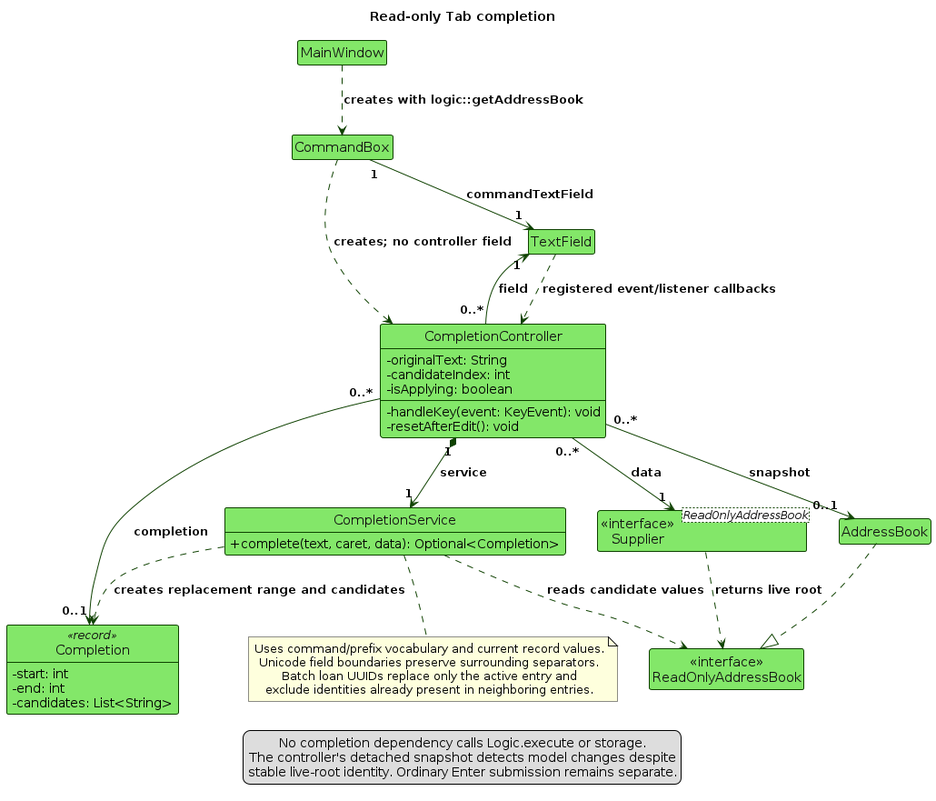
The PlantUML diagram diagrams/AutocompleteClass.png in AY2627S1-CS2103T-F15-2/tp, before a commit. Its source is kept beside it as diagrams/AutocompleteClass.puml. Its diagram source:
```plantuml
@startuml
!include style.puml
skinparam classBackgroundColor UI_COLOR_T1
skinparam classFontColor #111111
skinparam classStereotypeFontColor #111111
skinparam classBorderColor UI_COLOR_T4
skinparam arrowColor UI_COLOR_T4
skinparam classAttributeIconSize 0
show members
hide empty members
title Read-only Tab completion

class MainWindow
class CommandBox
class TextField
class CompletionController {
  -originalText: String
  -candidateIndex: int
  -isApplying: boolean
  -handleKey(event: KeyEvent): void
  -resetAfterEdit(): void
}
class CompletionService {
  +complete(text, caret, data): Optional<Completion>
}
class Completion <<record>> {
  -start: int
  -end: int
  -candidates: List<String>
}
class "<<interface>>\nSupplier<ReadOnlyAddressBook>" as Supplier
class "<<interface>>\nReadOnlyAddressBook" as ReadOnlyAddressBook
class AddressBook

MainWindow ..> CommandBox : creates with logic::getAddressBook
CommandBox "1" --> "1" TextField : commandTextField
CommandBox ..> CompletionController : creates; no controller field
TextField ..> CompletionController : registered event/listener callbacks
CompletionController "0..*" --> "1" TextField : field
CompletionController "0..*" --> "1" Supplier : data
Supplier ..> ReadOnlyAddressBook : returns live root
CompletionController "1" *--> "1" CompletionService : service
CompletionController "0..*" --> "0..1" Completion : completion
CompletionController "0..*" --> "0..1" AddressBook : snapshot
AddressBook ..|> ReadOnlyAddressBook
CompletionService ..> ReadOnlyAddressBook : reads candidate values
CompletionService ..> Completion : creates replacement range and candidates

note bottom of CompletionService
  Uses command/prefix vocabulary and current record values.
  Unicode field boundaries preserve surrounding separators.
  Batch loan UUIDs replace only the active entry and
  exclude identities already present in neighboring entries.
end note
legend bottom
  No completion dependency calls Logic.execute or storage.
  The controller's detached snapshot detects model changes despite
  stable live-root identity. Ordinary Enter submission remains separate.
endlegend
@enduml
```
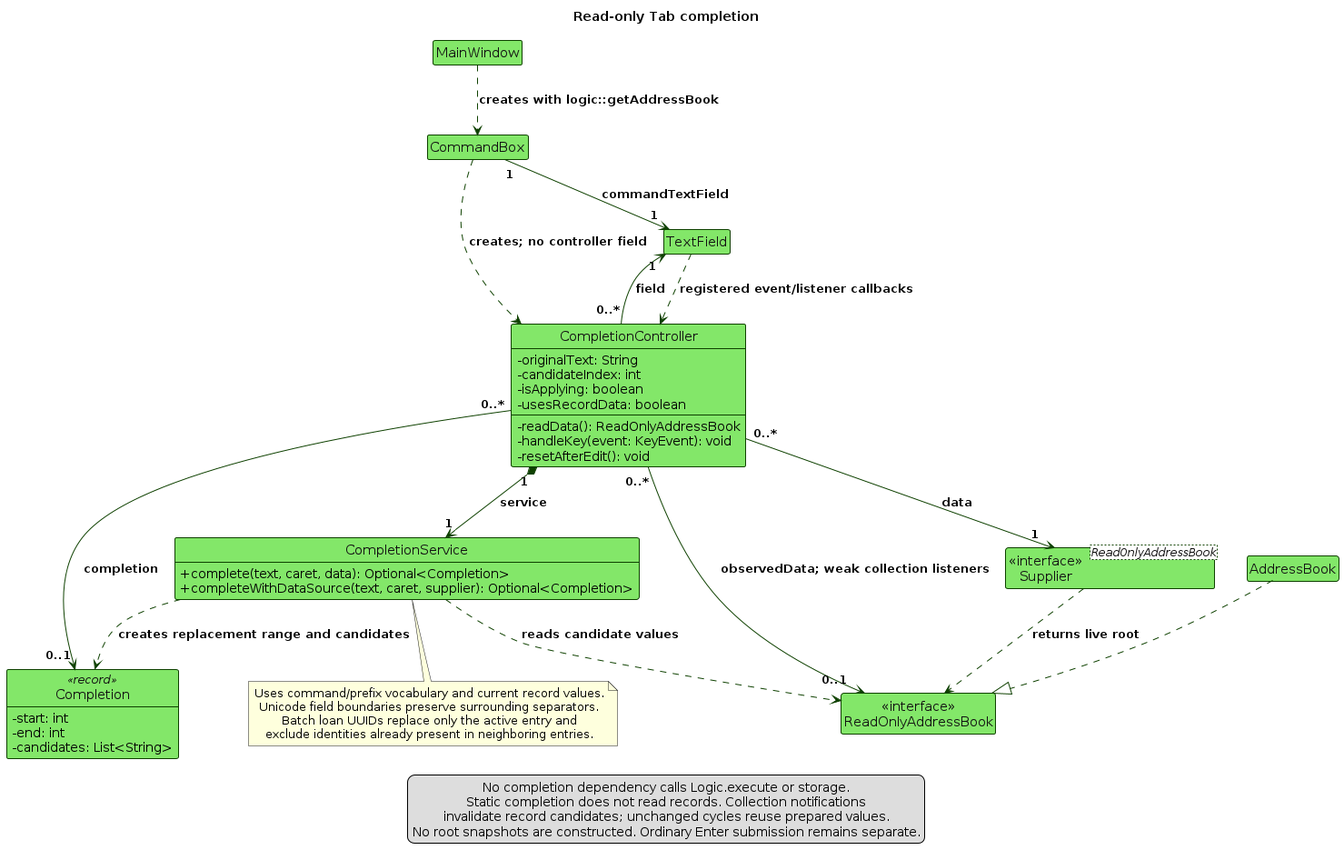
The same file after the commit.

The edit, as a diff of the source:
```diff
@@ -17,11 +17,14 @@
   -originalText: String
   -candidateIndex: int
   -isApplying: boolean
+  -usesRecordData: boolean
+  -readData(): ReadOnlyAddressBook
   -handleKey(event: KeyEvent): void
   -resetAfterEdit(): void
 }
 class CompletionService {
   +complete(text, caret, data): Optional<Completion>
+  +completeWithDataSource(text, caret, supplier): Optional<Completion>
 }
 class Completion <<record>> {
   -start: int
@@ -41,7 +44,7 @@
 Supplier ..> ReadOnlyAddressBook : returns live root
 CompletionController "1" *--> "1" CompletionService : service
 CompletionController "0..*" --> "0..1" Completion : completion
-CompletionController "0..*" --> "0..1" AddressBook : snapshot
+CompletionController "0..*" --> "0..1" ReadOnlyAddressBook : observedData; weak collection listeners
 AddressBook ..|> ReadOnlyAddressBook
 CompletionService ..> ReadOnlyAddressBook : reads candidate values
 CompletionService ..> Completion : creates replacement range and candidates
@@ -54,7 +57,8 @@
 end note
 legend bottom
   No completion dependency calls Logic.execute or storage.
-  The controller's detached snapshot detects model changes despite
-  stable live-root identity. Ordinary Enter submission remains separate.
+  Static completion does not read records. Collection notifications
+  invalidate record candidates; unchanged cycles reuse prepared values.
+  No root snapshots are constructed. Ordinary Enter submission remains separate.
 endlegend
 @enduml
```
